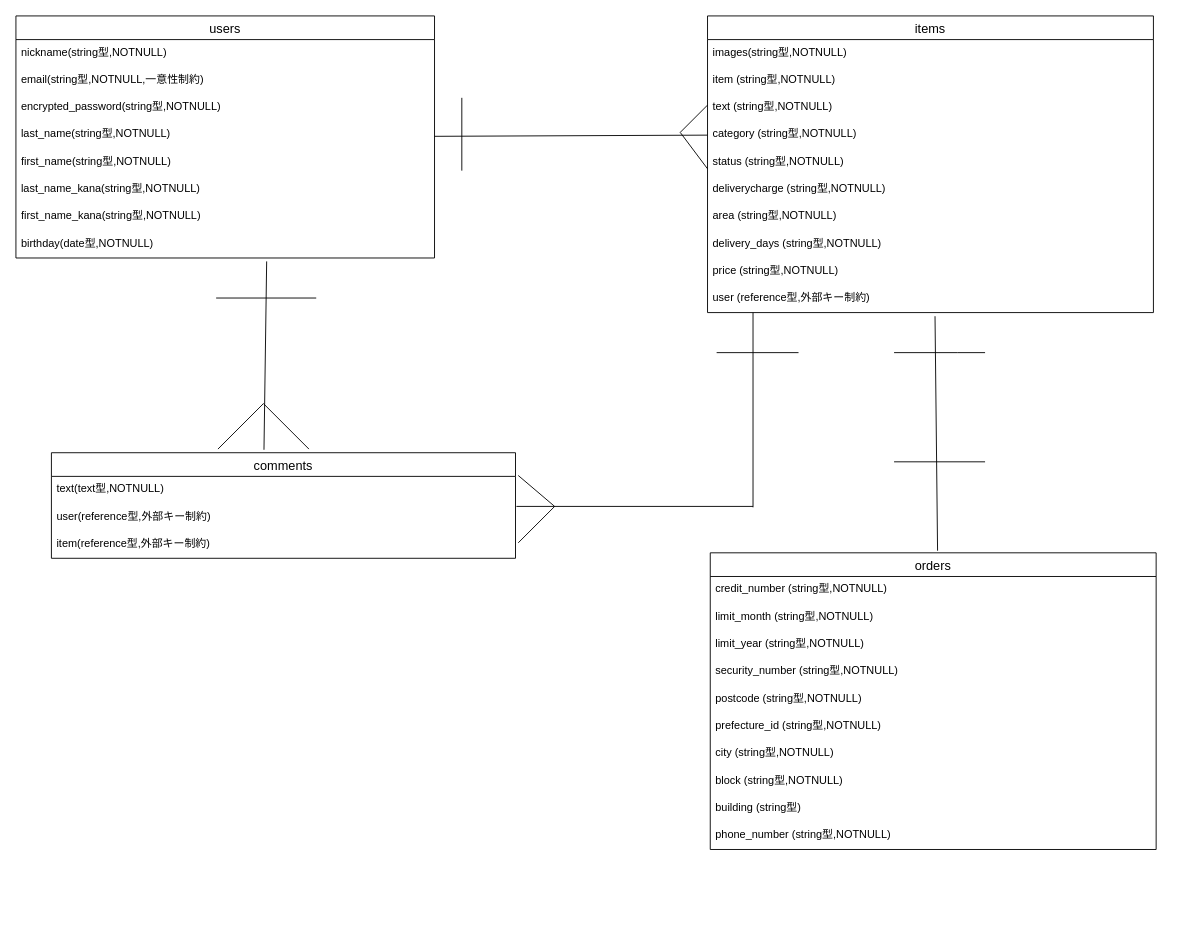
This is furima.dio from nariki07/furima-38307, a draw.io file, before an edit. Source tidied: cells renumbered, new cells numbered last; positions are measured from the earlier drawing's top-left corner, leaving out a move shared by most shapes. Both pictures are drawn from the tidied source at 91%, with x=0, y=0 at pixel (15, 15).
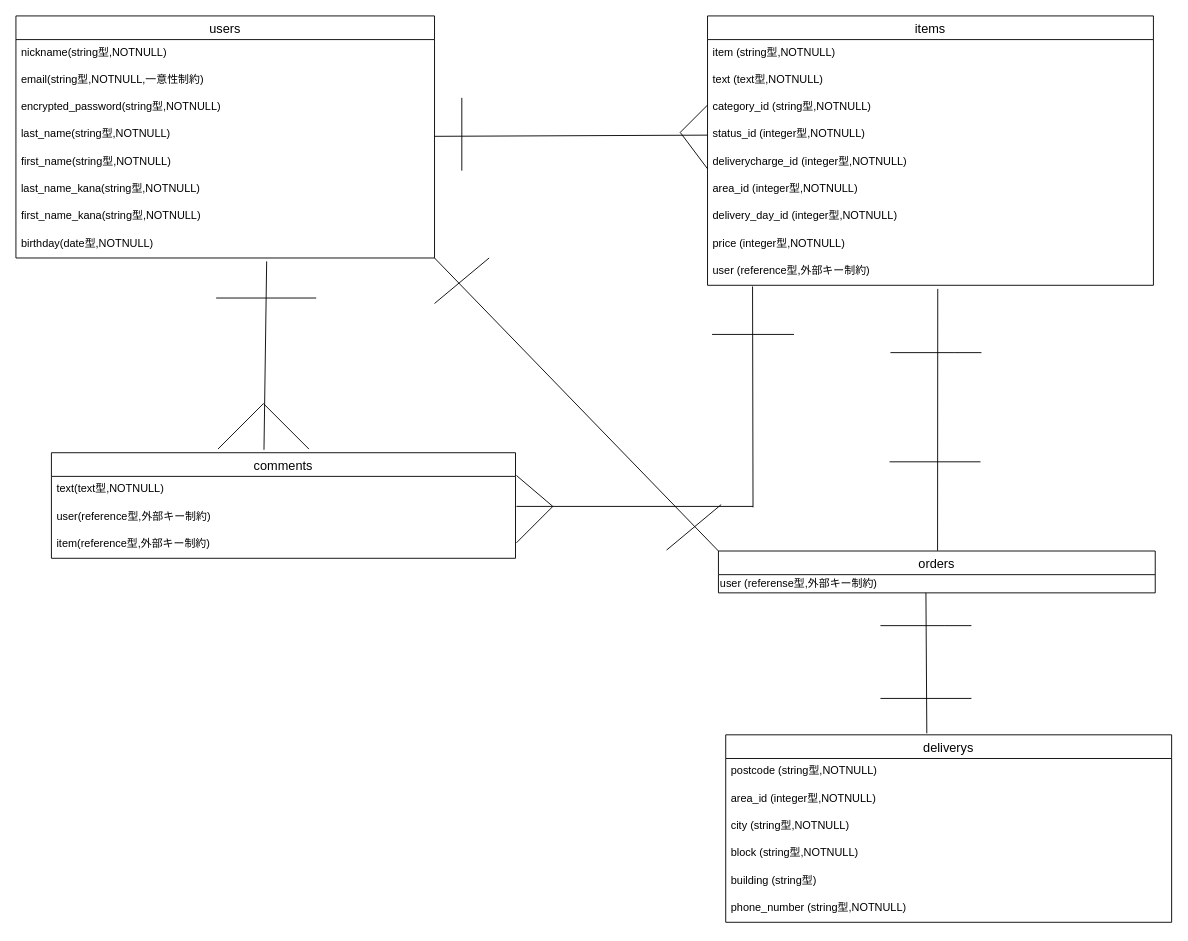
Above is the later version.

Commit message (it also covers changes not shown here):
データベース設計の修正

What changed in the source:
```diff
@@
     <mxCell id="11" value="items" style="swimlane;fontStyle=0;horizontal=1;startSize=26;align=center;fontSize=14;" parent="1" vertex="1">
-      <mxGeometry x="760" width="490" height="326" as="geometry" />
+      <mxGeometry x="760" width="490" height="296" as="geometry" />
     </mxCell>
-    <mxCell id="12" value="images(string型,NOTNULL)" style="text;strokeColor=none;fillColor=none;spacingLeft=4;spacingRight=4;overflow=hidden;fontSize=12;" parent="11" vertex="1">
-      <mxGeometry y="26" width="490" height="30" as="geometry" />
-    </mxCell>
     <mxCell id="13" value="item (string型,NOTNULL)" style="text;strokeColor=none;fillColor=none;spacingLeft=4;spacingRight=4;overflow=hidden;fontSize=12;" parent="11" vertex="1">
-      <mxGeometry y="56" width="490" height="30" as="geometry" />
+      <mxGeometry y="26" width="490" height="30" as="geometry" />
     </mxCell>
-    <mxCell id="14" value="text (string型,NOTNULL)" style="text;strokeColor=none;fillColor=none;spacingLeft=4;spacingRight=4;overflow=hidden;fontSize=12;" parent="11" vertex="1">
-      <mxGeometry y="86" width="490" height="30" as="geometry" />
+    <mxCell id="14" value="text (text型,NOTNULL)" style="text;strokeColor=none;fillColor=none;spacingLeft=4;spacingRight=4;overflow=hidden;fontSize=12;" parent="11" vertex="1">
+      <mxGeometry y="56" width="490" height="30" as="geometry" />
     </mxCell>
-    <mxCell id="15" value="category (string型,NOTNULL)" style="text;strokeColor=none;fillColor=none;spacingLeft=4;spacingRight=4;overflow=hidden;points=[[0,0.5],[1,0.5]];portConstraint=eastwest;fontSize=12;" parent="11" vertex="1">
-      <mxGeometry y="116" width="490" height="30" as="geometry" />
+    <mxCell id="15" value="category_id (string型,NOTNULL)" style="text;strokeColor=none;fillColor=none;spacingLeft=4;spacingRight=4;overflow=hidden;points=[[0,0.5],[1,0.5]];portConstraint=eastwest;fontSize=12;" parent="11" vertex="1">
+      <mxGeometry y="86" width="490" height="30" as="geometry" />
     </mxCell>
-    <mxCell id="16" value="status (string型,NOTNULL)" style="text;strokeColor=none;fillColor=none;spacingLeft=4;spacingRight=4;overflow=hidden;points=[[0,0.5],[1,0.5]];portConstraint=eastwest;fontSize=12;" parent="11" vertex="1">
-      <mxGeometry y="146" width="490" height="30" as="geometry" />
+    <mxCell id="16" value="status_id (integer型,NOTNULL)" style="text;strokeColor=none;fillColor=none;spacingLeft=4;spacingRight=4;overflow=hidden;points=[[0,0.5],[1,0.5]];portConstraint=eastwest;fontSize=12;" parent="11" vertex="1">
+      <mxGeometry y="116" width="490" height="30" as="geometry" />
     </mxCell>
-    <mxCell id="17" value="deliverycharge (string型,NOTNULL)" style="text;strokeColor=none;fillColor=none;spacingLeft=4;spacingRight=4;overflow=hidden;fontSize=12;" parent="11" vertex="1">
-      <mxGeometry y="176" width="490" height="30" as="geometry" />
+    <mxCell id="17" value="deliverycharge_id (integer型,NOTNULL)" style="text;strokeColor=none;fillColor=none;spacingLeft=4;spacingRight=4;overflow=hidden;fontSize=12;" parent="11" vertex="1">
+      <mxGeometry y="146" width="490" height="30" as="geometry" />
     </mxCell>
-    <mxCell id="18" value="area (string型,NOTNULL)" style="text;strokeColor=none;fillColor=none;spacingLeft=4;spacingRight=4;overflow=hidden;fontSize=12;" parent="11" vertex="1">
-      <mxGeometry y="206" width="490" height="30" as="geometry" />
+    <mxCell id="18" value="area_id (integer型,NOTNULL)" style="text;strokeColor=none;fillColor=none;spacingLeft=4;spacingRight=4;overflow=hidden;fontSize=12;" parent="11" vertex="1">
+      <mxGeometry y="176" width="490" height="30" as="geometry" />
     </mxCell>
-    <mxCell id="19" value="delivery_days (string型,NOTNULL)" style="text;strokeColor=none;fillColor=none;spacingLeft=4;spacingRight=4;overflow=hidden;fontSize=12;" parent="11" vertex="1">
-      <mxGeometry y="236" width="490" height="30" as="geometry" />
+    <mxCell id="19" value="delivery_day_id (integer型,NOTNULL)" style="text;strokeColor=none;fillColor=none;spacingLeft=4;spacingRight=4;overflow=hidden;fontSize=12;" parent="11" vertex="1">
+      <mxGeometry y="206" width="490" height="30" as="geometry" />
     </mxCell>
-    <mxCell id="20" value="price (string型,NOTNULL)" style="text;strokeColor=none;fillColor=none;spacingLeft=4;spacingRight=4;overflow=hidden;fontSize=12;" parent="11" vertex="1">
-      <mxGeometry y="266" width="490" height="30" as="geometry" />
+    <mxCell id="20" value="price (integer型,NOTNULL)" style="text;strokeColor=none;fillColor=none;spacingLeft=4;spacingRight=4;overflow=hidden;fontSize=12;" parent="11" vertex="1">
+      <mxGeometry y="236" width="490" height="30" as="geometry" />
     </mxCell>
     <mxCell id="21" value="user (reference型,外部キー制約)" style="text;strokeColor=none;fillColor=none;spacingLeft=4;spacingRight=4;overflow=hidden;points=[[0,0.5],[1,0.5]];portConstraint=eastwest;fontSize=12;" parent="11" vertex="1">
-      <mxGeometry y="296" width="490" height="30" as="geometry" />
+      <mxGeometry y="266" width="490" height="30" as="geometry" />
     </mxCell>
-    <mxCell id="22" style="endArrow=none;html=1;rounded=0;entryX=0;entryY=0.5;entryDx=0;entryDy=0;" parent="1" edge="1" target="15">
+    <mxCell id="22" style="endArrow=none;html=1;rounded=0;entryX=0;entryY=0.5;entryDx=0;entryDy=0;" parent="1" edge="1" target="16">
       <mxGeometry relative="1" as="geometry">
         <mxPoint x="460" y="132.3" as="sourcePoint" />
       </mxGeometry>
     </mxCell>
@@
-    <mxCell id="27" value="orders" style="swimlane;fontStyle=0;horizontal=1;startSize=26;align=center;fontSize=14;" parent="1" vertex="1">
-      <mxGeometry x="763" y="590" width="490" height="326" as="geometry" />
+    <mxCell id="27" value="deliverys" style="swimlane;fontStyle=0;horizontal=1;startSize=26;align=center;fontSize=14;" parent="1" vertex="1">
+      <mxGeometry x="780" y="790" width="490" height="206" as="geometry" />
     </mxCell>
-    <mxCell id="28" value="credit_number (string型,NOTNULL)" style="text;strokeColor=none;fillColor=none;spacingLeft=4;spacingRight=4;overflow=hidden;fontSize=12;" parent="27" vertex="1">
-      <mxGeometry y="26" width="490" height="30" as="geometry" />
-    </mxCell>
-    <mxCell id="29" value="limit_month (string型,NOTNULL)" style="text;strokeColor=none;fillColor=none;spacingLeft=4;spacingRight=4;overflow=hidden;fontSize=12;" parent="27" vertex="1">
-      <mxGeometry y="56" width="490" height="30" as="geometry" />
-    </mxCell>
-    <mxCell id="30" value="limit_year (string型,NOTNULL)" style="text;strokeColor=none;fillColor=none;spacingLeft=4;spacingRight=4;overflow=hidden;fontSize=12;" parent="27" vertex="1">
-      <mxGeometry y="86" width="490" height="30" as="geometry" />
-    </mxCell>
-    <mxCell id="31" value="security_number (string型,NOTNULL)" style="text;strokeColor=none;fillColor=none;spacingLeft=4;spacingRight=4;overflow=hidden;fontSize=12;" parent="27" vertex="1">
-      <mxGeometry y="116" width="490" height="30" as="geometry" />
-    </mxCell>
     <mxCell id="32" value="postcode (string型,NOTNULL)" style="text;strokeColor=none;fillColor=none;spacingLeft=4;spacingRight=4;overflow=hidden;fontSize=12;" parent="27" vertex="1">
-      <mxGeometry y="146" width="490" height="30" as="geometry" />
+      <mxGeometry y="26" width="490" height="30" as="geometry" />
     </mxCell>
-    <mxCell id="33" value="prefecture_id (string型,NOTNULL)" style="text;strokeColor=none;fillColor=none;spacingLeft=4;spacingRight=4;overflow=hidden;fontSize=12;" parent="27" vertex="1">
-      <mxGeometry y="176" width="490" height="30" as="geometry" />
+    <mxCell id="33" value="area_id (integer型,NOTNULL)" style="text;strokeColor=none;fillColor=none;spacingLeft=4;spacingRight=4;overflow=hidden;fontSize=12;" parent="27" vertex="1">
+      <mxGeometry y="56" width="490" height="30" as="geometry" />
     </mxCell>
     <mxCell id="34" value="city (string型,NOTNULL)&#10;" style="text;strokeColor=none;fillColor=none;spacingLeft=4;spacingRight=4;overflow=hidden;fontSize=12;" parent="27" vertex="1">
-      <mxGeometry y="206" width="490" height="30" as="geometry" />
+      <mxGeometry y="86" width="490" height="30" as="geometry" />
     </mxCell>
     <mxCell id="35" value="block (string型,NOTNULL)" style="text;strokeColor=none;fillColor=none;spacingLeft=4;spacingRight=4;overflow=hidden;fontSize=12;" parent="27" vertex="1">
-      <mxGeometry y="236" width="490" height="30" as="geometry" />
+      <mxGeometry y="116" width="490" height="30" as="geometry" />
     </mxCell>
     <mxCell id="36" value="building (string型)" style="text;strokeColor=none;fillColor=none;spacingLeft=4;spacingRight=4;overflow=hidden;fontSize=12;" parent="27" vertex="1">
-      <mxGeometry y="266" width="490" height="30" as="geometry" />
+      <mxGeometry y="146" width="490" height="30" as="geometry" />
     </mxCell>
     <mxCell id="37" value="phone_number (string型,NOTNULL)" style="text;strokeColor=none;fillColor=none;spacingLeft=4;spacingRight=4;overflow=hidden;fontSize=12;" parent="27" vertex="1">
-      <mxGeometry y="296" width="490" height="30" as="geometry" />
+      <mxGeometry y="176" width="490" height="30" as="geometry" />
     </mxCell>
@@
-    <mxCell id="44" style="endArrow=none;html=1;rounded=0;" parent="1" edge="1">
+    <mxCell id="44" style="endArrow=none;html=1;rounded=0;exitX=0.101;exitY=1.042;exitDx=0;exitDy=0;exitPerimeter=0;" parent="1" edge="1" source="21">
       <mxGeometry relative="1" as="geometry">
-        <mxPoint x="810" y="326" as="sourcePoint" />
         <mxPoint x="810" y="540" as="targetPoint" />
       </mxGeometry>
     </mxCell>
     <mxCell id="45" style="endArrow=none;html=1;rounded=0;" parent="1" edge="1">
       <mxGeometry relative="1" as="geometry">
-        <mxPoint x="552" y="579" as="sourcePoint" />
-        <mxPoint x="552" y="505" as="targetPoint" />
+        <mxPoint x="550" y="579" as="sourcePoint" />
+        <mxPoint x="550" y="505" as="targetPoint" />
         <Array as="points">
-          <mxPoint x="592" y="539" />
+          <mxPoint x="590" y="539" />
         </Array>
       </mxGeometry>
     </mxCell>
     <mxCell id="46" style="endArrow=none;html=1;rounded=0;" parent="1" edge="1">
       <mxGeometry relative="1" as="geometry">
-        <mxPoint x="770" y="370" as="sourcePoint" />
-        <mxPoint x="860" y="370" as="targetPoint" />
+        <mxPoint x="765" y="350" as="sourcePoint" />
+        <mxPoint x="855" y="350" as="targetPoint" />
       </mxGeometry>
     </mxCell>
-    <mxCell id="47" style="endArrow=none;html=1;rounded=0;entryX=0.573;entryY=-0.007;entryDx=0;entryDy=0;entryPerimeter=0;" parent="1" edge="1">
+    <mxCell id="47" style="endArrow=none;html=1;rounded=0;entryX=0.573;entryY=-0.007;entryDx=0;entryDy=0;entryPerimeter=0;labelPosition=left;verticalLabelPosition=middle;align=right;verticalAlign=middle;" parent="1" edge="1">
       <mxGeometry relative="1" as="geometry">
-        <mxPoint x="1010" y="330" as="sourcePoint" />
+        <mxPoint x="1013" y="300" as="sourcePoint" />
         <mxPoint x="1012.8" y="587.7" as="targetPoint" />
       </mxGeometry>
     </mxCell>
     <mxCell id="48" style="endArrow=none;html=1;rounded=0;" parent="1" edge="1">
       <mxGeometry relative="1" as="geometry">
-        <mxPoint x="965" y="490" as="sourcePoint" />
-        <mxPoint x="1065" y="490" as="targetPoint" />
+        <mxPoint x="960" y="490" as="sourcePoint" />
+        <mxPoint x="1060" y="490" as="targetPoint" />
       </mxGeometry>
     </mxCell>
     <mxCell id="49" style="endArrow=none;html=1;rounded=0;" parent="1" edge="1">
       <mxGeometry relative="1" as="geometry">
-        <mxPoint x="965" y="370" as="sourcePoint" />
-        <mxPoint x="1065" y="370" as="targetPoint" />
+        <mxPoint x="961" y="370" as="sourcePoint" />
+        <mxPoint x="1061" y="370" as="targetPoint" />
         <Array as="points">
-          <mxPoint x="1035" y="370" />
+          <mxPoint x="1031" y="370" />
         </Array>
       </mxGeometry>
     </mxCell>
+    <mxCell id="50" value="orders" style="swimlane;fontStyle=0;horizontal=1;startSize=26;align=center;fontSize=14;" parent="1" vertex="1">
+      <mxGeometry x="772" y="588" width="480" height="46" as="geometry" />
+    </mxCell>
+    <mxCell id="51" value="user (referense型,外部キー制約)" style="text;html=1;align=left;verticalAlign=middle;strokeColor=none;fillColor=none;" parent="50" vertex="1">
+      <mxGeometry y="26" width="480" height="20" as="geometry" />
+    </mxCell>
+    <mxCell id="52" style="endArrow=none;html=1;rounded=0;entryX=0.451;entryY=-0.008;entryDx=0;entryDy=0;entryPerimeter=0;" parent="50" edge="1" target="27">
+      <mxGeometry relative="1" as="geometry">
+        <mxPoint x="228" y="46" as="sourcePoint" />
+      </mxGeometry>
+    </mxCell>
+    <mxCell id="53" style="endArrow=none;html=1;rounded=0;entryX=0;entryY=0;entryDx=0;entryDy=0;endFill=0;" parent="1" edge="1" target="50">
+      <mxGeometry relative="1" as="geometry">
+        <mxPoint x="460" y="266" as="sourcePoint" />
+      </mxGeometry>
+    </mxCell>
+    <mxCell id="54" style="endArrow=none;html=1;rounded=0;" parent="1" edge="1">
+      <mxGeometry relative="1" as="geometry">
+        <mxPoint x="460" y="316" as="sourcePoint" />
+        <mxPoint x="520" y="266" as="targetPoint" />
+      </mxGeometry>
+    </mxCell>
+    <mxCell id="55" style="endArrow=none;html=1;rounded=0;" parent="1" edge="1">
+      <mxGeometry relative="1" as="geometry">
+        <mxPoint x="715" y="587" as="sourcePoint" />
+        <mxPoint x="775" y="537" as="targetPoint" />
+      </mxGeometry>
+    </mxCell>
+    <mxCell id="56" style="endArrow=none;html=1;rounded=0;" parent="1" edge="1">
+      <mxGeometry relative="1" as="geometry">
+        <mxPoint x="950" y="750" as="sourcePoint" />
+        <mxPoint x="1050" y="750" as="targetPoint" />
+      </mxGeometry>
+    </mxCell>
+    <mxCell id="57" style="endArrow=none;html=1;rounded=0;" parent="1" edge="1">
+      <mxGeometry relative="1" as="geometry">
+        <mxPoint x="950" y="670" as="sourcePoint" />
+        <mxPoint x="1050" y="670" as="targetPoint" />
+        <Array as="points">
+          <mxPoint x="1020" y="670" />
+        </Array>
+      </mxGeometry>
+    </mxCell>
```
